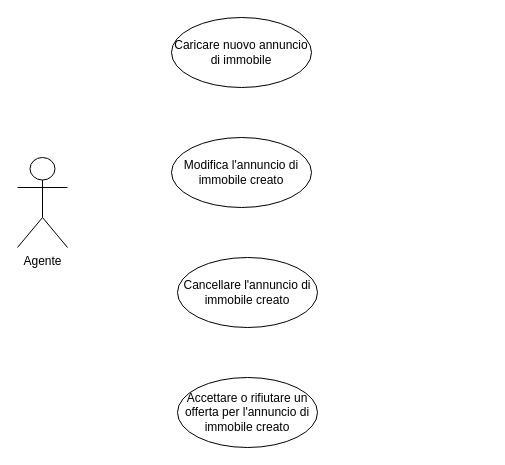
Before: diagrammi/UseCase-Agente.drawio in Sperob98/Documentazione-DietiEstates25, a draw.io diagram. Source tidied: cells renumbered, new cells numbered last; positions are measured from the earlier drawing's top-left corner, leaving out a move shared by most shapes. Both pictures are drawn from the tidied source at 100%, with x=0, y=0 at pixel (17, 17).
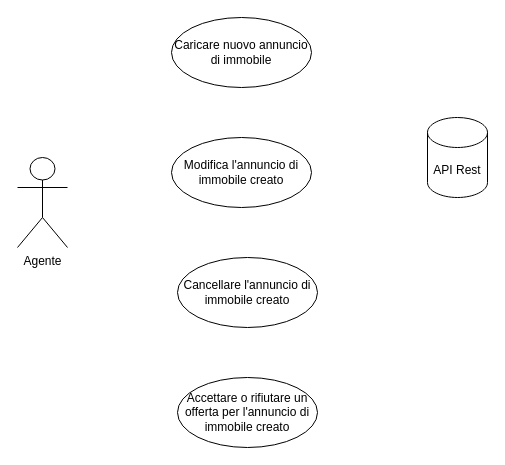
The same page after the edit.

Diff of the diagram source:
```diff
@@
 <mxGraphModel>
   <root>
     <mxCell id="0" />
     <mxCell id="1" parent="0" />
     <mxCell id="2" value="Agente" style="shape=umlActor;verticalLabelPosition=bottom;verticalAlign=top;html=1;" parent="1" vertex="1">
       <mxGeometry y="140" width="50" height="90" as="geometry" />
     </mxCell>
     <mxCell id="3" value="Caricare nuovo annuncio di immobile" style="ellipse;whiteSpace=wrap;html=1;" parent="1" vertex="1">
       <mxGeometry x="154" width="140" height="70" as="geometry" />
     </mxCell>
     <mxCell id="4" value="Modifica l'annuncio di immobile creato" style="ellipse;whiteSpace=wrap;html=1;" parent="1" vertex="1">
       <mxGeometry x="154" y="120" width="140" height="70" as="geometry" />
     </mxCell>
     <mxCell id="5" value="Cancellare l'annuncio di immobile creato" style="ellipse;whiteSpace=wrap;html=1;" parent="1" vertex="1">
       <mxGeometry x="160" y="240" width="140" height="70" as="geometry" />
     </mxCell>
     <mxCell id="6" value="Accettare o rifiutare un offerta per l'annuncio di immobile creato" style="ellipse;whiteSpace=wrap;html=1;" parent="1" vertex="1">
       <mxGeometry x="160" y="360" width="140" height="70" as="geometry" />
     </mxCell>
+    <mxCell id="7" value="API Rest" style="shape=cylinder3;whiteSpace=wrap;html=1;boundedLbl=1;backgroundOutline=1;size=15;" parent="1" vertex="1">
+      <mxGeometry x="410" y="100" width="60" height="80" as="geometry" />
+    </mxCell>
   </root>
 </mxGraphModel>
```
